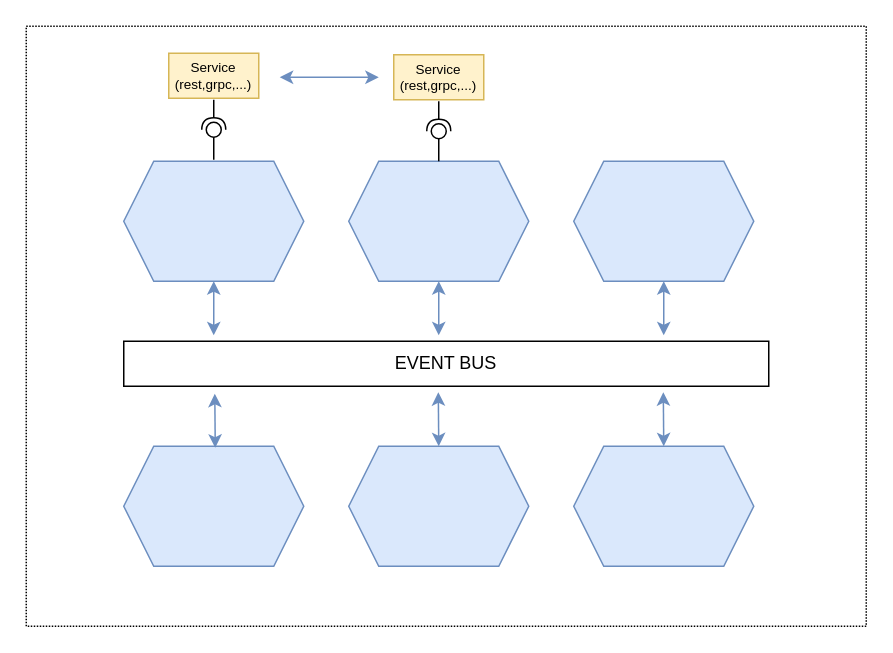
alicemunsal/dohex keeps this draw.io diagram as page "Service" (6 of 17) of diagrams.drawio. Above is the earlier version. Source tidied: cells renumbered, new cells numbered last; positions are measured from the earlier drawing's top-left corner, leaving out a move shared by most shapes. Both pictures are drawn from the tidied source at 150%, with x=0, y=0 at pixel (26, 26).
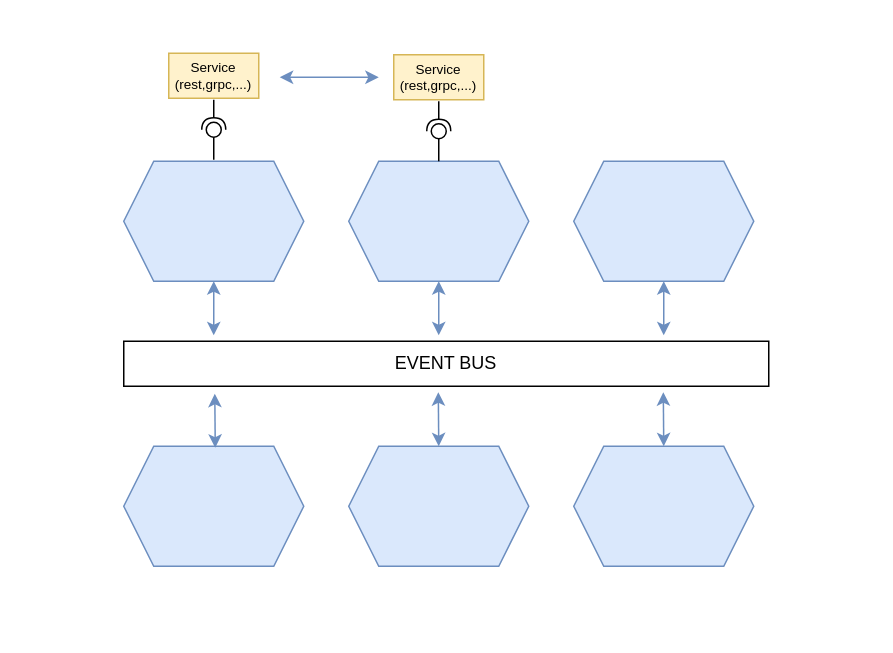
The same diagram, later.

Change to the diagram source:
```diff
@@
-    <mxCell id="2" style="rounded=0;whiteSpace=wrap;html=1;fontSize=12;strokeWidth=1;dashed=1;dashPattern=1 1;perimeterSpacing=1;fillColor=none;" parent="1" vertex="1">
-      <mxGeometry width="560" height="400" as="geometry" />
-    </mxCell>
```
